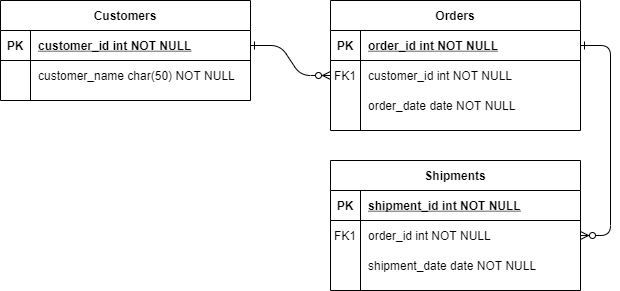
Before: mangpo_ERD.png, a diagram exported from draw.io (CYC0227/mangpoERD). Source tidied: cells renumbered, new cells last; positions are measured from the earlier drawing's top-left corner, leaving out a move shared by most shapes.
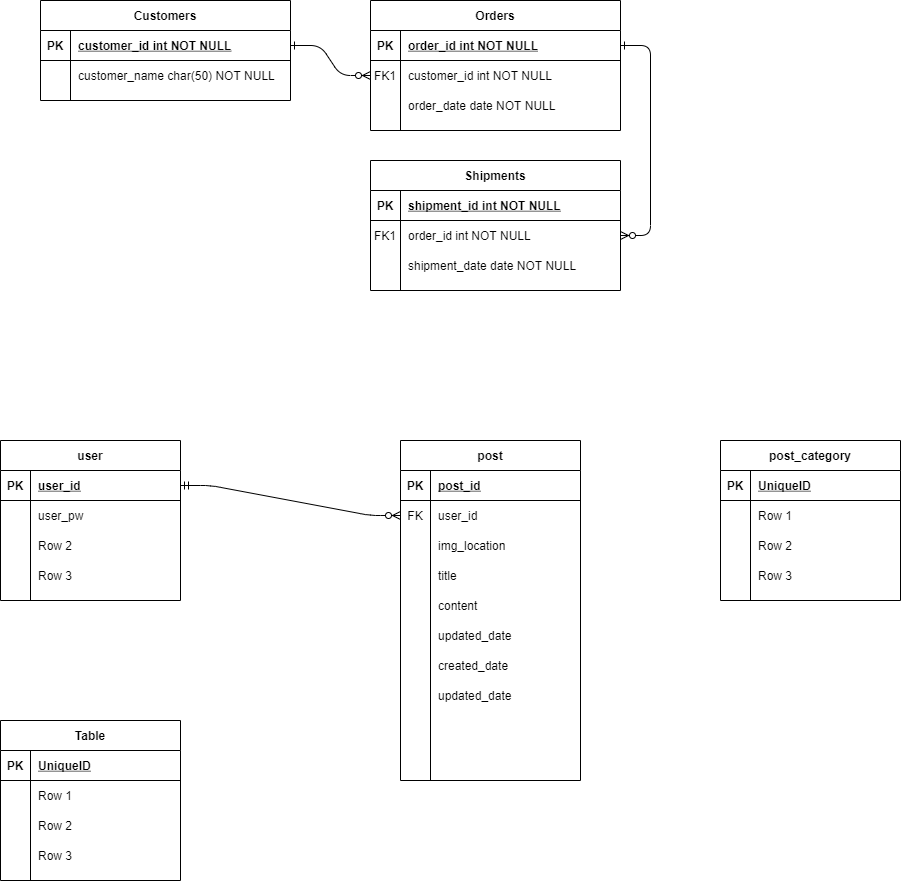
The same diagram one commit later.

What changed in the source:
```diff
@@ -89,5 +89,200 @@
     <mxCell id="30" value="customer_name char(50) NOT NULL" style="shape=partialRectangle;overflow=hidden;fillColor=none;top=0;left=0;bottom=0;right=0;align=left;spacingLeft=6;" parent="28" vertex="1">
       <mxGeometry x="30" width="220" height="30" as="geometry" />
     </mxCell>
+    <mxCell id="31" value="user" style="shape=table;startSize=30;rowLines=0;fontStyle=1;align=center;" parent="1" vertex="1">
+      <mxGeometry x="-40" y="440" width="180" height="160" as="geometry" />
+    </mxCell>
+    <mxCell id="32" style="shape=partialRectangle;fillColor=none;top=0;left=0;bottom=1;right=0;points=[[0,0.5],[1,0.5]];portConstraint=eastwest;" parent="31" vertex="1">
+      <mxGeometry y="30" width="180" height="30" as="geometry" />
+    </mxCell>
+    <mxCell id="33" value="PK" style="shape=partialRectangle;fillColor=none;top=0;left=0;bottom=0;right=0;fontStyle=1;overflow=hidden;" parent="32" vertex="1">
+      <mxGeometry width="30" height="30" as="geometry" />
+    </mxCell>
+    <mxCell id="34" value="user_id" style="shape=partialRectangle;fillColor=none;top=0;left=0;bottom=0;right=0;align=left;spacingLeft=6;fontStyle=5;overflow=hidden;" parent="32" vertex="1">
+      <mxGeometry x="30" width="150" height="30" as="geometry" />
+    </mxCell>
+    <mxCell id="35" style="shape=partialRectangle;fillColor=none;top=0;left=0;bottom=0;right=0;" parent="31" vertex="1">
+      <mxGeometry y="60" width="180" height="30" as="geometry" />
+    </mxCell>
+    <mxCell id="36" style="shape=partialRectangle;fillColor=none;top=0;left=0;bottom=0;right=0;overflow=hidden;" parent="35" vertex="1">
+      <mxGeometry width="30" height="30" as="geometry" />
+    </mxCell>
+    <mxCell id="37" value="user_pw" style="shape=partialRectangle;fillColor=none;top=0;left=0;bottom=0;right=0;align=left;spacingLeft=6;overflow=hidden;" parent="35" vertex="1">
+      <mxGeometry x="30" width="150" height="30" as="geometry" />
+    </mxCell>
+    <mxCell id="38" style="shape=partialRectangle;fillColor=none;top=0;left=0;bottom=0;right=0;" parent="31" vertex="1">
+      <mxGeometry y="90" width="180" height="30" as="geometry" />
+    </mxCell>
+    <mxCell id="39" style="shape=partialRectangle;fillColor=none;top=0;left=0;bottom=0;right=0;overflow=hidden;" parent="38" vertex="1">
+      <mxGeometry width="30" height="30" as="geometry" />
+    </mxCell>
+    <mxCell id="40" value="Row 2" style="shape=partialRectangle;fillColor=none;top=0;left=0;bottom=0;right=0;align=left;spacingLeft=6;overflow=hidden;" parent="38" vertex="1">
+      <mxGeometry x="30" width="150" height="30" as="geometry" />
+    </mxCell>
+    <mxCell id="41" style="shape=partialRectangle;fillColor=none;top=0;left=0;bottom=0;right=0;" parent="31" vertex="1">
+      <mxGeometry y="120" width="180" height="30" as="geometry" />
+    </mxCell>
+    <mxCell id="42" style="shape=partialRectangle;fillColor=none;top=0;left=0;bottom=0;right=0;overflow=hidden;" parent="41" vertex="1">
+      <mxGeometry width="30" height="30" as="geometry" />
+    </mxCell>
+    <mxCell id="43" value="Row 3" style="shape=partialRectangle;fillColor=none;top=0;left=0;bottom=0;right=0;align=left;spacingLeft=6;overflow=hidden;" parent="41" vertex="1">
+      <mxGeometry x="30" width="150" height="30" as="geometry" />
+    </mxCell>
+    <mxCell id="44" value="post" style="shape=table;startSize=30;rowLines=0;fontStyle=1;align=center;" parent="1" vertex="1">
+      <mxGeometry x="360" y="440" width="180" height="340" as="geometry" />
+    </mxCell>
+    <mxCell id="45" style="shape=partialRectangle;fillColor=none;top=0;left=0;bottom=1;right=0;" parent="44" vertex="1">
+      <mxGeometry y="30" width="180" height="30" as="geometry" />
+    </mxCell>
+    <mxCell id="46" value="PK" style="shape=partialRectangle;fillColor=none;top=0;left=0;bottom=0;right=0;fontStyle=1;overflow=hidden;" parent="45" vertex="1">
+      <mxGeometry width="30" height="30" as="geometry" />
+    </mxCell>
+    <mxCell id="47" value="post_id" style="shape=partialRectangle;fillColor=none;top=0;left=0;bottom=0;right=0;align=left;spacingLeft=6;fontStyle=5;overflow=hidden;" parent="45" vertex="1">
+      <mxGeometry x="30" width="150" height="30" as="geometry" />
+    </mxCell>
+    <mxCell id="48" style="shape=partialRectangle;fillColor=none;top=0;left=0;bottom=0;right=0;points=[[0,0.5],[1,0.5]];portConstraint=eastwest;" parent="44" vertex="1">
+      <mxGeometry y="60" width="180" height="30" as="geometry" />
+    </mxCell>
+    <mxCell id="49" value="FK" style="shape=partialRectangle;fillColor=none;top=0;left=0;bottom=0;right=0;overflow=hidden;" parent="48" vertex="1">
+      <mxGeometry width="30" height="30" as="geometry" />
+    </mxCell>
+    <mxCell id="50" value="user_id" style="shape=partialRectangle;fillColor=none;top=0;left=0;bottom=0;right=0;align=left;spacingLeft=6;overflow=hidden;" parent="48" vertex="1">
+      <mxGeometry x="30" width="150" height="30" as="geometry" />
+    </mxCell>
+    <mxCell id="51" style="shape=partialRectangle;fillColor=none;top=0;left=0;bottom=0;right=0;" parent="44" vertex="1">
+      <mxGeometry y="90" width="180" height="30" as="geometry" />
+    </mxCell>
+    <mxCell id="52" style="shape=partialRectangle;fillColor=none;top=0;left=0;bottom=0;right=0;overflow=hidden;" parent="51" vertex="1">
+      <mxGeometry width="30" height="30" as="geometry" />
+    </mxCell>
+    <mxCell id="53" value="img_location" style="shape=partialRectangle;fillColor=none;top=0;left=0;bottom=0;right=0;align=left;spacingLeft=6;overflow=hidden;" parent="51" vertex="1">
+      <mxGeometry x="30" width="150" height="30" as="geometry" />
+    </mxCell>
+    <mxCell id="54" style="shape=partialRectangle;fillColor=none;top=0;left=0;bottom=0;right=0;" parent="44" vertex="1">
+      <mxGeometry y="120" width="180" height="30" as="geometry" />
+    </mxCell>
+    <mxCell id="55" style="shape=partialRectangle;fillColor=none;top=0;left=0;bottom=0;right=0;overflow=hidden;" parent="54" vertex="1">
+      <mxGeometry width="30" height="30" as="geometry" />
+    </mxCell>
+    <mxCell id="56" value="title" style="shape=partialRectangle;fillColor=none;top=0;left=0;bottom=0;right=0;align=left;spacingLeft=6;overflow=hidden;" parent="54" vertex="1">
+      <mxGeometry x="30" width="150" height="30" as="geometry" />
+    </mxCell>
+    <mxCell id="57" style="shape=partialRectangle;fillColor=none;top=0;left=0;bottom=0;right=0;" parent="44" vertex="1">
+      <mxGeometry y="150" width="180" height="30" as="geometry" />
+    </mxCell>
+    <mxCell id="58" style="shape=partialRectangle;fillColor=none;top=0;left=0;bottom=0;right=0;overflow=hidden;" parent="57" vertex="1">
+      <mxGeometry width="30" height="30" as="geometry" />
+    </mxCell>
+    <mxCell id="59" value="content" style="shape=partialRectangle;fillColor=none;top=0;left=0;bottom=0;right=0;align=left;spacingLeft=6;overflow=hidden;" parent="57" vertex="1">
+      <mxGeometry x="30" width="150" height="30" as="geometry" />
+    </mxCell>
+    <mxCell id="60" style="shape=partialRectangle;fillColor=none;top=0;left=0;bottom=0;right=0;" parent="44" vertex="1">
+      <mxGeometry y="180" width="180" height="30" as="geometry" />
+    </mxCell>
+    <mxCell id="61" style="shape=partialRectangle;fillColor=none;top=0;left=0;bottom=0;right=0;overflow=hidden;" parent="60" vertex="1">
+      <mxGeometry width="30" height="30" as="geometry" />
+    </mxCell>
+    <mxCell id="62" value="updated_date" style="shape=partialRectangle;fillColor=none;top=0;left=0;bottom=0;right=0;align=left;spacingLeft=6;overflow=hidden;" parent="60" vertex="1">
+      <mxGeometry x="30" width="150" height="30" as="geometry" />
+    </mxCell>
+    <mxCell id="63" style="shape=partialRectangle;fillColor=none;top=0;left=0;bottom=0;right=0;" parent="44" vertex="1">
+      <mxGeometry y="210" width="180" height="30" as="geometry" />
+    </mxCell>
+    <mxCell id="64" style="shape=partialRectangle;fillColor=none;top=0;left=0;bottom=0;right=0;overflow=hidden;" parent="63" vertex="1">
+      <mxGeometry width="30" height="30" as="geometry" />
+    </mxCell>
+    <mxCell id="65" value="created_date" style="shape=partialRectangle;fillColor=none;top=0;left=0;bottom=0;right=0;align=left;spacingLeft=6;overflow=hidden;" parent="63" vertex="1">
+      <mxGeometry x="30" width="150" height="30" as="geometry" />
+    </mxCell>
+    <mxCell id="66" style="shape=partialRectangle;fillColor=none;top=0;left=0;bottom=0;right=0;" parent="44" vertex="1">
+      <mxGeometry y="240" width="180" height="30" as="geometry" />
+    </mxCell>
+    <mxCell id="67" style="shape=partialRectangle;fillColor=none;top=0;left=0;bottom=0;right=0;overflow=hidden;" parent="66" vertex="1">
+      <mxGeometry width="30" height="30" as="geometry" />
+    </mxCell>
+    <mxCell id="68" value="updated_date" style="shape=partialRectangle;fillColor=none;top=0;left=0;bottom=0;right=0;align=left;spacingLeft=6;overflow=hidden;" parent="66" vertex="1">
+      <mxGeometry x="30" width="150" height="30" as="geometry" />
+    </mxCell>
+    <mxCell id="69" value="Table" style="shape=table;startSize=30;rowLines=0;fontStyle=1;align=center;" parent="1" vertex="1">
+      <mxGeometry x="-40" y="720" width="180" height="160" as="geometry" />
+    </mxCell>
+    <mxCell id="70" style="shape=partialRectangle;fillColor=none;top=0;left=0;bottom=1;right=0;" parent="69" vertex="1">
+      <mxGeometry y="30" width="180" height="30" as="geometry" />
+    </mxCell>
+    <mxCell id="71" value="PK" style="shape=partialRectangle;fillColor=none;top=0;left=0;bottom=0;right=0;fontStyle=1;overflow=hidden;" parent="70" vertex="1">
+      <mxGeometry width="30" height="30" as="geometry" />
+    </mxCell>
+    <mxCell id="72" value="UniqueID" style="shape=partialRectangle;fillColor=none;top=0;left=0;bottom=0;right=0;align=left;spacingLeft=6;fontStyle=5;overflow=hidden;" parent="70" vertex="1">
+      <mxGeometry x="30" width="150" height="30" as="geometry" />
+    </mxCell>
+    <mxCell id="73" style="shape=partialRectangle;fillColor=none;top=0;left=0;bottom=0;right=0;" parent="69" vertex="1">
+      <mxGeometry y="60" width="180" height="30" as="geometry" />
+    </mxCell>
+    <mxCell id="74" style="shape=partialRectangle;fillColor=none;top=0;left=0;bottom=0;right=0;overflow=hidden;" parent="73" vertex="1">
+      <mxGeometry width="30" height="30" as="geometry" />
+    </mxCell>
+    <mxCell id="75" value="Row 1" style="shape=partialRectangle;fillColor=none;top=0;left=0;bottom=0;right=0;align=left;spacingLeft=6;overflow=hidden;" parent="73" vertex="1">
+      <mxGeometry x="30" width="150" height="30" as="geometry" />
+    </mxCell>
+    <mxCell id="76" style="shape=partialRectangle;fillColor=none;top=0;left=0;bottom=0;right=0;" parent="69" vertex="1">
+      <mxGeometry y="90" width="180" height="30" as="geometry" />
+    </mxCell>
+    <mxCell id="77" style="shape=partialRectangle;fillColor=none;top=0;left=0;bottom=0;right=0;overflow=hidden;" parent="76" vertex="1">
+      <mxGeometry width="30" height="30" as="geometry" />
+    </mxCell>
+    <mxCell id="78" value="Row 2" style="shape=partialRectangle;fillColor=none;top=0;left=0;bottom=0;right=0;align=left;spacingLeft=6;overflow=hidden;" parent="76" vertex="1">
+      <mxGeometry x="30" width="150" height="30" as="geometry" />
+    </mxCell>
+    <mxCell id="79" style="shape=partialRectangle;fillColor=none;top=0;left=0;bottom=0;right=0;" parent="69" vertex="1">
+      <mxGeometry y="120" width="180" height="30" as="geometry" />
+    </mxCell>
+    <mxCell id="80" style="shape=partialRectangle;fillColor=none;top=0;left=0;bottom=0;right=0;overflow=hidden;" parent="79" vertex="1">
+      <mxGeometry width="30" height="30" as="geometry" />
+    </mxCell>
+    <mxCell id="81" value="Row 3" style="shape=partialRectangle;fillColor=none;top=0;left=0;bottom=0;right=0;align=left;spacingLeft=6;overflow=hidden;" parent="79" vertex="1">
+      <mxGeometry x="30" width="150" height="30" as="geometry" />
+    </mxCell>
+    <mxCell id="82" style="edgeStyle=entityRelationEdgeStyle;fontSize=12;html=1;endArrow=ERzeroToMany;startArrow=ERmandOne;" parent="1" edge="1" source="32" target="48">
+      <mxGeometry relative="1" as="geometry" />
+    </mxCell>
+    <mxCell id="83" value="post_category" style="shape=table;startSize=30;rowLines=0;fontStyle=1;align=center;" parent="1" vertex="1">
+      <mxGeometry x="680" y="440" width="180" height="160" as="geometry" />
+    </mxCell>
+    <mxCell id="84" style="shape=partialRectangle;fillColor=none;top=0;left=0;bottom=1;right=0;" parent="83" vertex="1">
+      <mxGeometry y="30" width="180" height="30" as="geometry" />
+    </mxCell>
+    <mxCell id="85" value="PK" style="shape=partialRectangle;fillColor=none;top=0;left=0;bottom=0;right=0;fontStyle=1;overflow=hidden;" parent="84" vertex="1">
+      <mxGeometry width="30" height="30" as="geometry" />
+    </mxCell>
+    <mxCell id="86" value="UniqueID" style="shape=partialRectangle;fillColor=none;top=0;left=0;bottom=0;right=0;align=left;spacingLeft=6;fontStyle=5;overflow=hidden;" parent="84" vertex="1">
+      <mxGeometry x="30" width="150" height="30" as="geometry" />
+    </mxCell>
+    <mxCell id="87" style="shape=partialRectangle;fillColor=none;top=0;left=0;bottom=0;right=0;" parent="83" vertex="1">
+      <mxGeometry y="60" width="180" height="30" as="geometry" />
+    </mxCell>
+    <mxCell id="88" style="shape=partialRectangle;fillColor=none;top=0;left=0;bottom=0;right=0;overflow=hidden;" parent="87" vertex="1">
+      <mxGeometry width="30" height="30" as="geometry" />
+    </mxCell>
+    <mxCell id="89" value="Row 1" style="shape=partialRectangle;fillColor=none;top=0;left=0;bottom=0;right=0;align=left;spacingLeft=6;overflow=hidden;" parent="87" vertex="1">
+      <mxGeometry x="30" width="150" height="30" as="geometry" />
+    </mxCell>
+    <mxCell id="90" style="shape=partialRectangle;fillColor=none;top=0;left=0;bottom=0;right=0;" parent="83" vertex="1">
+      <mxGeometry y="90" width="180" height="30" as="geometry" />
+    </mxCell>
+    <mxCell id="91" style="shape=partialRectangle;fillColor=none;top=0;left=0;bottom=0;right=0;overflow=hidden;" parent="90" vertex="1">
+      <mxGeometry width="30" height="30" as="geometry" />
+    </mxCell>
+    <mxCell id="92" value="Row 2" style="shape=partialRectangle;fillColor=none;top=0;left=0;bottom=0;right=0;align=left;spacingLeft=6;overflow=hidden;" parent="90" vertex="1">
+      <mxGeometry x="30" width="150" height="30" as="geometry" />
+    </mxCell>
+    <mxCell id="93" style="shape=partialRectangle;fillColor=none;top=0;left=0;bottom=0;right=0;" parent="83" vertex="1">
+      <mxGeometry y="120" width="180" height="30" as="geometry" />
+    </mxCell>
+    <mxCell id="94" style="shape=partialRectangle;fillColor=none;top=0;left=0;bottom=0;right=0;overflow=hidden;" parent="93" vertex="1">
+      <mxGeometry width="30" height="30" as="geometry" />
+    </mxCell>
+    <mxCell id="95" value="Row 3" style="shape=partialRectangle;fillColor=none;top=0;left=0;bottom=0;right=0;align=left;spacingLeft=6;overflow=hidden;" parent="93" vertex="1">
+      <mxGeometry x="30" width="150" height="30" as="geometry" />
+    </mxCell>
   </root>
 </mxGraphModel>
```
